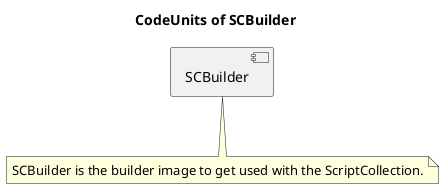
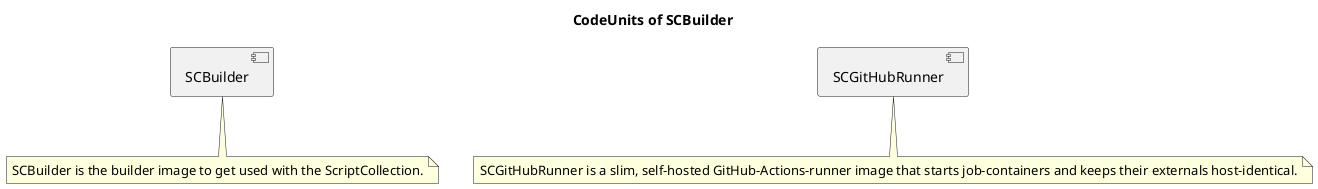
@startuml CodeUnits-Overview
title CodeUnits of SCBuilder

[SCBuilder]
note as SCBuilderNote
  SCBuilder is the builder image to get used with the ScriptCollection.
end note
SCBuilder .. SCBuilderNote

+ [SCGitHubRunner]
+ note as SCGitHubRunnerNote
+   SCGitHubRunner is a slim, self-hosted GitHub-Actions-runner image that starts job-containers and keeps their externals host-identical.
+ end note
+ SCGitHubRunner .. SCGitHubRunnerNote
+ 

@enduml